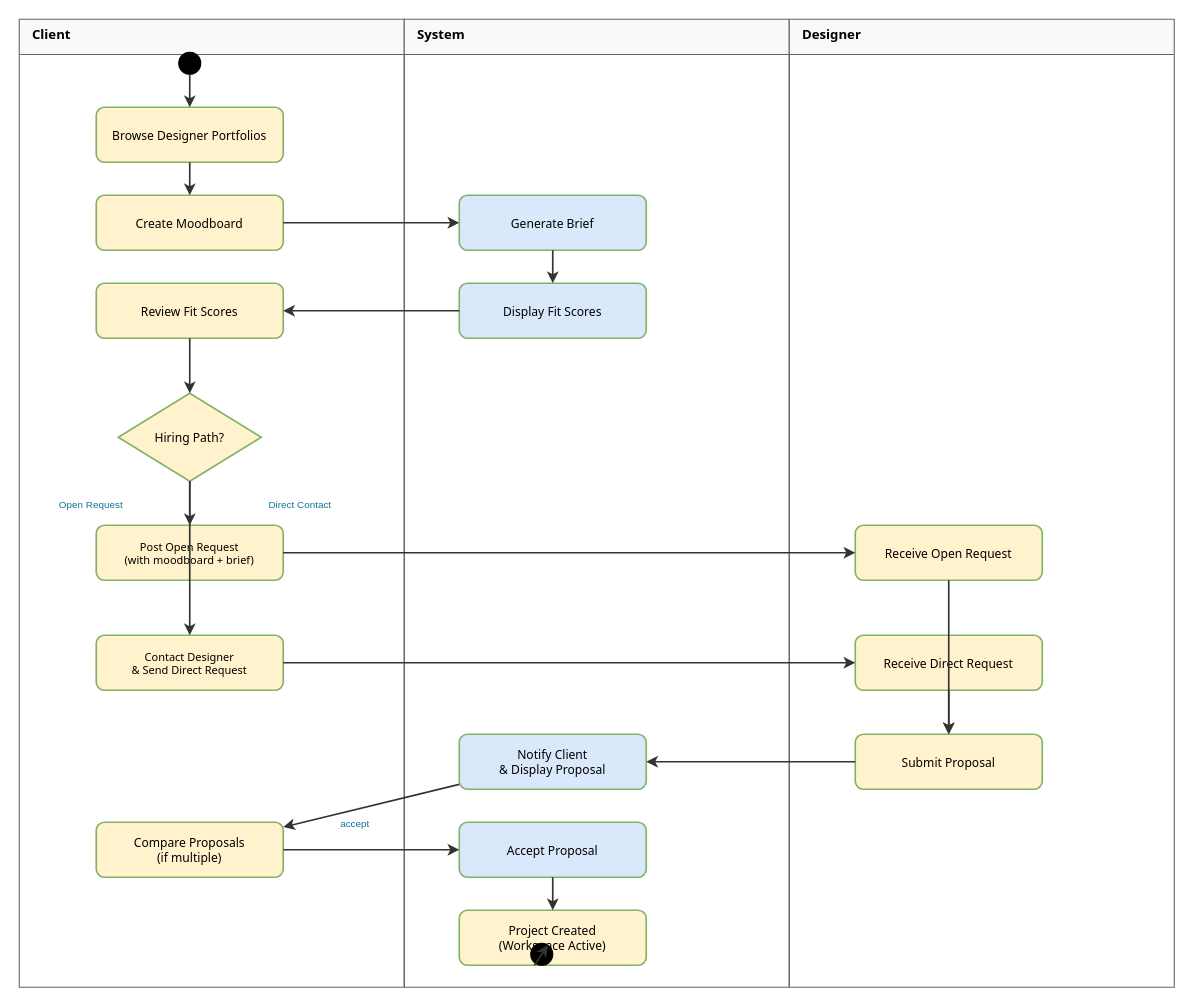
Before: docs/Interim/Diagrams/02-activity-hiring.drawio in MNSBaanu/Inside, a draw.io diagram. Source tidied: cells renumbered, new cells numbered last; positions are measured from the earlier drawing's top-left corner, leaving out a move shared by most shapes. Both pictures are drawn from the tidied source at 110%, with x=0, y=0 at pixel (19, 19).
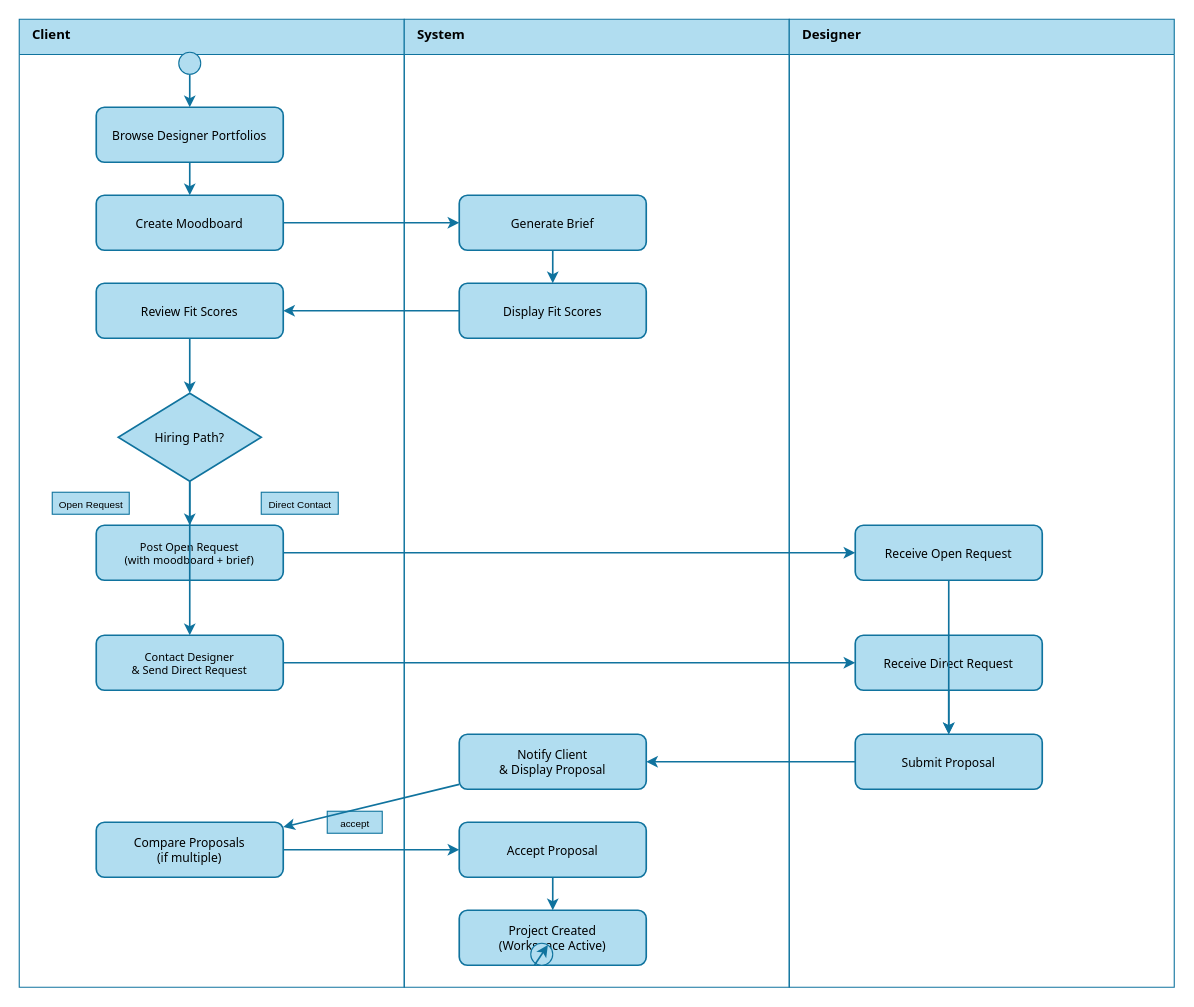
The same diagram, later.

Commit message (it also covers changes not shown here):
Enhance Activity Diagram for Client Hiring Flow

- Updated swimlane colors and styles for better visual distinction.
- Adjusted geometry properties for various elements to improve layout.
- Changed edge styles to match the new color scheme for consistency.
- Ensured all elements are properly aligned and spaced for clarity.

The edit, as a diff of the source:
```diff
@@
-    <mxCell id="2" value="Client" style="swimlane;startSize=32;fillColor=#f8f9fa;strokeColor=#666666;fontStyle=1;fontSize=12;fontFamily=Tahoma;align=left;verticalAlign=top;spacingLeft=10;" parent="1" vertex="1">
+    <mxCell id="2" value="Client" style="swimlane;startSize=32;fillColor=#b1ddf0;strokeColor=#10739e;fontStyle=1;fontSize=12;fontFamily=Tahoma;align=left;verticalAlign=top;spacingLeft=10;" parent="1" vertex="1">
       <mxGeometry width="350" height="880" as="geometry" />
     </mxCell>
-    <mxCell id="3" value="System" style="swimlane;startSize=32;fillColor=#f8f9fa;strokeColor=#666666;fontStyle=1;fontSize=12;fontFamily=Tahoma;align=left;verticalAlign=top;spacingLeft=10;" parent="1" vertex="1">
+    <mxCell id="3" value="System" style="swimlane;startSize=32;fillColor=#b1ddf0;strokeColor=#10739e;fontStyle=1;fontSize=12;fontFamily=Tahoma;align=left;verticalAlign=top;spacingLeft=10;" parent="1" vertex="1">
       <mxGeometry x="350" width="350" height="880" as="geometry" />
     </mxCell>
-    <mxCell id="4" value="Designer" style="swimlane;startSize=32;fillColor=#f8f9fa;strokeColor=#666666;fontStyle=1;fontSize=12;fontFamily=Tahoma;align=left;verticalAlign=top;spacingLeft=10;" parent="1" vertex="1">
+    <mxCell id="4" value="Designer" style="swimlane;startSize=32;fillColor=#b1ddf0;strokeColor=#10739e;fontStyle=1;fontSize=12;fontFamily=Tahoma;align=left;verticalAlign=top;spacingLeft=10;" parent="1" vertex="1">
       <mxGeometry x="700" width="350" height="880" as="geometry" />
     </mxCell>
-    <mxCell id="5" style="ellipse;whiteSpace=wrap;html=1;fillColor=#000000;strokeColor=#000000;" parent="1" vertex="1">
+    <mxCell id="5" style="ellipse;whiteSpace=wrap;html=1;fillColor=#b1ddf0;strokeColor=#10739e;" parent="1" vertex="1">
       <mxGeometry x="145" y="30" width="20" height="20" as="geometry" />
     </mxCell>
-    <mxCell id="6" value="Browse Designer Portfolios" style="rounded=1;whiteSpace=wrap;html=1;fillColor=#fff2cc;strokeColor=#82b366;strokeWidth=1.5;fontFamily=Tahoma;fontSize=11;" parent="1" vertex="1">
+    <mxCell id="6" value="Browse Designer Portfolios" style="rounded=1;whiteSpace=wrap;html=1;fillColor=#b1ddf0;strokeColor=#10739e;strokeWidth=1.5;fontFamily=Tahoma;fontSize=11;" parent="1" vertex="1">
       <mxGeometry x="70" y="80" width="170" height="50" as="geometry" />
     </mxCell>
-    <mxCell id="7" value="Create Moodboard" style="rounded=1;whiteSpace=wrap;html=1;fillColor=#fff2cc;strokeColor=#82b366;strokeWidth=1.5;fontFamily=Tahoma;fontSize=11;" parent="1" vertex="1">
+    <mxCell id="7" value="Create Moodboard" style="rounded=1;whiteSpace=wrap;html=1;fillColor=#b1ddf0;strokeColor=#10739e;strokeWidth=1.5;fontFamily=Tahoma;fontSize=11;" parent="1" vertex="1">
       <mxGeometry x="70" y="160" width="170" height="50" as="geometry" />
     </mxCell>
-    <mxCell id="8" value="Generate Brief" style="rounded=1;whiteSpace=wrap;html=1;fillColor=#dae8fc;strokeColor=#82b366;strokeWidth=1.5;fontFamily=Tahoma;fontSize=11;" parent="1" vertex="1">
+    <mxCell id="8" value="Generate Brief" style="rounded=1;whiteSpace=wrap;html=1;fillColor=#b1ddf0;strokeColor=#10739e;strokeWidth=1.5;fontFamily=Tahoma;fontSize=11;" parent="1" vertex="1">
       <mxGeometry x="400" y="160" width="170" height="50" as="geometry" />
     </mxCell>
-    <mxCell id="9" value="Display Fit Scores" style="rounded=1;whiteSpace=wrap;html=1;fillColor=#dae8fc;strokeColor=#82b366;strokeWidth=1.5;fontFamily=Tahoma;fontSize=11;" parent="1" vertex="1">
+    <mxCell id="9" value="Display Fit Scores" style="rounded=1;whiteSpace=wrap;html=1;fillColor=#b1ddf0;strokeColor=#10739e;strokeWidth=1.5;fontFamily=Tahoma;fontSize=11;" parent="1" vertex="1">
       <mxGeometry x="400" y="240" width="170" height="50" as="geometry" />
     </mxCell>
-    <mxCell id="10" value="Review Fit Scores" style="rounded=1;whiteSpace=wrap;html=1;fillColor=#fff2cc;strokeColor=#82b366;strokeWidth=1.5;fontFamily=Tahoma;fontSize=11;" parent="1" vertex="1">
+    <mxCell id="10" value="Review Fit Scores" style="rounded=1;whiteSpace=wrap;html=1;fillColor=#b1ddf0;strokeColor=#10739e;strokeWidth=1.5;fontFamily=Tahoma;fontSize=11;" parent="1" vertex="1">
       <mxGeometry x="70" y="240" width="170" height="50" as="geometry" />
     </mxCell>
-    <mxCell id="11" value="Hiring Path?" style="rhombus;whiteSpace=wrap;html=1;fillColor=#fff2cc;strokeColor=#82b366;strokeWidth=1.5;fontFamily=Tahoma;fontSize=11;" parent="1" vertex="1">
+    <mxCell id="11" value="Hiring Path?" style="rhombus;whiteSpace=wrap;html=1;fillColor=#b1ddf0;strokeColor=#10739e;strokeWidth=1.5;fontFamily=Tahoma;fontSize=11;" parent="1" vertex="1">
       <mxGeometry x="90" y="340" width="130" height="80" as="geometry" />
     </mxCell>
-    <mxCell id="12" value="Post Open Request&#10;(with moodboard + brief)" style="rounded=1;whiteSpace=wrap;html=1;fillColor=#fff2cc;strokeColor=#82b366;strokeWidth=1.5;fontFamily=Tahoma;fontSize=10;" parent="1" vertex="1">
+    <mxCell id="12" value="Post Open Request&#10;(with moodboard + brief)" style="rounded=1;whiteSpace=wrap;html=1;fillColor=#b1ddf0;strokeColor=#10739e;strokeWidth=1.5;fontFamily=Tahoma;fontSize=10;" parent="1" vertex="1">
       <mxGeometry x="70" y="460" width="170" height="50" as="geometry" />
     </mxCell>
-    <mxCell id="13" value="Contact Designer&#10;&amp; Send Direct Request" style="rounded=1;whiteSpace=wrap;html=1;fillColor=#fff2cc;strokeColor=#82b366;strokeWidth=1.5;fontFamily=Tahoma;fontSize=10;" parent="1" vertex="1">
+    <mxCell id="13" value="Contact Designer&#10;&amp; Send Direct Request" style="rounded=1;whiteSpace=wrap;html=1;fillColor=#b1ddf0;strokeColor=#10739e;strokeWidth=1.5;fontFamily=Tahoma;fontSize=10;" parent="1" vertex="1">
       <mxGeometry x="70" y="560" width="170" height="50" as="geometry" />
     </mxCell>
-    <mxCell id="14" value="Receive Open Request" style="rounded=1;whiteSpace=wrap;html=1;fillColor=#fff2cc;strokeColor=#82b366;strokeWidth=1.5;fontFamily=Tahoma;fontSize=11;" parent="1" vertex="1">
+    <mxCell id="14" value="Receive Open Request" style="rounded=1;whiteSpace=wrap;html=1;fillColor=#b1ddf0;strokeColor=#10739e;strokeWidth=1.5;fontFamily=Tahoma;fontSize=11;" parent="1" vertex="1">
       <mxGeometry x="760" y="460" width="170" height="50" as="geometry" />
     </mxCell>
-    <mxCell id="15" value="Receive Direct Request" style="rounded=1;whiteSpace=wrap;html=1;fillColor=#fff2cc;strokeColor=#82b366;strokeWidth=1.5;fontFamily=Tahoma;fontSize=11;" parent="1" vertex="1">
+    <mxCell id="15" value="Receive Direct Request" style="rounded=1;whiteSpace=wrap;html=1;fillColor=#b1ddf0;strokeColor=#10739e;strokeWidth=1.5;fontFamily=Tahoma;fontSize=11;" parent="1" vertex="1">
       <mxGeometry x="760" y="560" width="170" height="50" as="geometry" />
     </mxCell>
-    <mxCell id="16" value="Submit Proposal" style="rounded=1;whiteSpace=wrap;html=1;fillColor=#fff2cc;strokeColor=#82b366;strokeWidth=1.5;fontFamily=Tahoma;fontSize=11;" parent="1" vertex="1">
+    <mxCell id="16" value="Submit Proposal" style="rounded=1;whiteSpace=wrap;html=1;fillColor=#b1ddf0;strokeColor=#10739e;strokeWidth=1.5;fontFamily=Tahoma;fontSize=11;" parent="1" vertex="1">
       <mxGeometry x="760" y="650" width="170" height="50" as="geometry" />
     </mxCell>
-    <mxCell id="17" value="Notify Client&#10;&amp; Display Proposal" style="rounded=1;whiteSpace=wrap;html=1;fillColor=#dae8fc;strokeColor=#82b366;strokeWidth=1.5;fontFamily=Tahoma;fontSize=11;" parent="1" vertex="1">
+    <mxCell id="17" value="Notify Client&#10;&amp; Display Proposal" style="rounded=1;whiteSpace=wrap;html=1;fillColor=#b1ddf0;strokeColor=#10739e;strokeWidth=1.5;fontFamily=Tahoma;fontSize=11;" parent="1" vertex="1">
       <mxGeometry x="400" y="650" width="170" height="50" as="geometry" />
     </mxCell>
-    <mxCell id="18" value="Compare Proposals&#10;(if multiple)" style="rounded=1;whiteSpace=wrap;html=1;fillColor=#fff2cc;strokeColor=#82b366;strokeWidth=1.5;fontFamily=Tahoma;fontSize=11;" parent="1" vertex="1">
+    <mxCell id="18" value="Compare Proposals&#10;(if multiple)" style="rounded=1;whiteSpace=wrap;html=1;fillColor=#b1ddf0;strokeColor=#10739e;strokeWidth=1.5;fontFamily=Tahoma;fontSize=11;" parent="1" vertex="1">
       <mxGeometry x="70" y="730" width="170" height="50" as="geometry" />
     </mxCell>
-    <mxCell id="19" value="Accept Proposal" style="rounded=1;whiteSpace=wrap;html=1;fillColor=#dae8fc;strokeColor=#82b366;strokeWidth=1.5;fontFamily=Tahoma;fontSize=11;" parent="1" vertex="1">
+    <mxCell id="19" value="Accept Proposal" style="rounded=1;whiteSpace=wrap;html=1;fillColor=#b1ddf0;strokeColor=#10739e;strokeWidth=1.5;fontFamily=Tahoma;fontSize=11;" parent="1" vertex="1">
       <mxGeometry x="400" y="730" width="170" height="50" as="geometry" />
     </mxCell>
-    <mxCell id="20" value="Project Created&#10;(Workspace Active)" style="rounded=1;whiteSpace=wrap;html=1;fillColor=#fff2cc;strokeColor=#82b366;strokeWidth=1.5;fontFamily=Tahoma;fontSize=11;" parent="1" vertex="1">
+    <mxCell id="20" value="Project Created&#10;(Workspace Active)" style="rounded=1;whiteSpace=wrap;html=1;fillColor=#b1ddf0;strokeColor=#10739e;strokeWidth=1.5;fontFamily=Tahoma;fontSize=11;" parent="1" vertex="1">
       <mxGeometry x="400" y="810" width="170" height="50" as="geometry" />
     </mxCell>
-    <mxCell id="21" style="ellipse;whiteSpace=wrap;html=1;fillColor=#000000;strokeColor=#000000;" parent="1" vertex="1">
+    <mxCell id="21" style="ellipse;whiteSpace=wrap;html=1;fillColor=#b1ddf0;strokeColor=#10739e;" parent="1" vertex="1">
       <mxGeometry x="465" y="840" width="20" height="20" as="geometry" />
     </mxCell>
-    <mxCell id="22" value="Open Request" style="text;html=1;strokeColor=none;fillColor=none;align=center;fontSize=9;fontColor=#10739e;" parent="1" vertex="1">
+    <mxCell id="22" value="Open Request" style="text;html=1;strokeColor=#10739e;fillColor=#b1ddf0;align=center;fontSize=9;" parent="1" vertex="1">
       <mxGeometry x="30" y="430" width="70" height="20" as="geometry" />
     </mxCell>
-    <mxCell id="23" value="Direct Contact" style="text;html=1;strokeColor=none;fillColor=none;align=center;fontSize=9;fontColor=#10739e;" parent="1" vertex="1">
+    <mxCell id="23" value="Direct Contact" style="text;html=1;strokeColor=#10739e;fillColor=#b1ddf0;align=center;fontSize=9;" parent="1" vertex="1">
       <mxGeometry x="220" y="430" width="70" height="20" as="geometry" />
     </mxCell>
-    <mxCell id="24" value="accept" style="text;html=1;strokeColor=none;fillColor=none;align=center;fontSize=9;fontColor=#10739e;" parent="1" vertex="1">
+    <mxCell id="24" value="accept" style="text;html=1;strokeColor=#10739e;fillColor=#b1ddf0;align=center;fontSize=9;" parent="1" vertex="1">
       <mxGeometry x="280" y="720" width="50" height="20" as="geometry" />
     </mxCell>
-    <mxCell id="25" style="edgeStyle=none;rounded=0;jettySize=auto;html=1;strokeColor=#333333;strokeWidth=1.5;fontFamily=Tahoma;endArrow=classic;endFill=1;" parent="1" edge="1" source="5" target="6">
+    <mxCell id="25" style="edgeStyle=none;rounded=0;jettySize=auto;html=1;strokeColor=#10739e;strokeWidth=1.5;fontFamily=Tahoma;endArrow=classic;endFill=1;fillColor=#b1ddf0;" parent="1" edge="1" source="5" target="6">
       <mxGeometry relative="1" as="geometry" />
     </mxCell>
-    <mxCell id="26" style="edgeStyle=none;rounded=0;jettySize=auto;html=1;strokeColor=#333333;strokeWidth=1.5;fontFamily=Tahoma;endArrow=classic;endFill=1;" parent="1" edge="1" source="6" target="7">
+    <mxCell id="26" style="edgeStyle=none;rounded=0;jettySize=auto;html=1;strokeColor=#10739e;strokeWidth=1.5;fontFamily=Tahoma;endArrow=classic;endFill=1;fillColor=#b1ddf0;" parent="1" edge="1" source="6" target="7">
       <mxGeometry relative="1" as="geometry" />
     </mxCell>
-    <mxCell id="27" style="edgeStyle=none;rounded=0;jettySize=auto;html=1;strokeColor=#333333;strokeWidth=1.5;fontFamily=Tahoma;endArrow=classic;endFill=1;" parent="1" edge="1" source="7" target="8">
+    <mxCell id="27" style="edgeStyle=none;rounded=0;jettySize=auto;html=1;strokeColor=#10739e;strokeWidth=1.5;fontFamily=Tahoma;endArrow=classic;endFill=1;fillColor=#b1ddf0;" parent="1" edge="1" source="7" target="8">
       <mxGeometry relative="1" as="geometry" />
     </mxCell>
-    <mxCell id="28" style="edgeStyle=none;rounded=0;jettySize=auto;html=1;strokeColor=#333333;strokeWidth=1.5;fontFamily=Tahoma;endArrow=classic;endFill=1;" parent="1" edge="1" source="8" target="9">
+    <mxCell id="28" style="edgeStyle=none;rounded=0;jettySize=auto;html=1;strokeColor=#10739e;strokeWidth=1.5;fontFamily=Tahoma;endArrow=classic;endFill=1;fillColor=#b1ddf0;" parent="1" edge="1" source="8" target="9">
       <mxGeometry relative="1" as="geometry" />
     </mxCell>
-    <mxCell id="29" style="edgeStyle=none;rounded=0;jettySize=auto;html=1;strokeColor=#333333;strokeWidth=1.5;fontFamily=Tahoma;endArrow=classic;endFill=1;" parent="1" edge="1" source="9" target="10">
+    <mxCell id="29" style="edgeStyle=none;rounded=0;jettySize=auto;html=1;strokeColor=#10739e;strokeWidth=1.5;fontFamily=Tahoma;endArrow=classic;endFill=1;fillColor=#b1ddf0;" parent="1" edge="1" source="9" target="10">
       <mxGeometry relative="1" as="geometry" />
     </mxCell>
-    <mxCell id="30" style="edgeStyle=none;rounded=0;jettySize=auto;html=1;strokeColor=#333333;strokeWidth=1.5;fontFamily=Tahoma;endArrow=classic;endFill=1;" parent="1" edge="1" source="10" target="11">
+    <mxCell id="30" style="edgeStyle=none;rounded=0;jettySize=auto;html=1;strokeColor=#10739e;strokeWidth=1.5;fontFamily=Tahoma;endArrow=classic;endFill=1;fillColor=#b1ddf0;" parent="1" edge="1" source="10" target="11">
       <mxGeometry relative="1" as="geometry" />
     </mxCell>
-    <mxCell id="31" style="edgeStyle=none;rounded=0;jettySize=auto;html=1;strokeColor=#333333;strokeWidth=1.5;fontFamily=Tahoma;endArrow=classic;endFill=1;" parent="1" edge="1" source="11" target="12">
+    <mxCell id="31" style="edgeStyle=none;rounded=0;jettySize=auto;html=1;strokeColor=#10739e;strokeWidth=1.5;fontFamily=Tahoma;endArrow=classic;endFill=1;fillColor=#b1ddf0;" parent="1" edge="1" source="11" target="12">
       <mxGeometry relative="1" as="geometry" />
     </mxCell>
-    <mxCell id="32" style="edgeStyle=none;rounded=0;jettySize=auto;html=1;strokeColor=#333333;strokeWidth=1.5;fontFamily=Tahoma;endArrow=classic;endFill=1;" parent="1" edge="1" source="11" target="13">
+    <mxCell id="32" style="edgeStyle=none;rounded=0;jettySize=auto;html=1;strokeColor=#10739e;strokeWidth=1.5;fontFamily=Tahoma;endArrow=classic;endFill=1;fillColor=#b1ddf0;" parent="1" edge="1" source="11" target="13">
       <mxGeometry relative="1" as="geometry" />
     </mxCell>
-    <mxCell id="33" style="edgeStyle=none;rounded=0;jettySize=auto;html=1;strokeColor=#333333;strokeWidth=1.5;fontFamily=Tahoma;endArrow=classic;endFill=1;" parent="1" edge="1" source="12" target="14">
+    <mxCell id="33" style="edgeStyle=none;rounded=0;jettySize=auto;html=1;strokeColor=#10739e;strokeWidth=1.5;fontFamily=Tahoma;endArrow=classic;endFill=1;fillColor=#b1ddf0;" parent="1" edge="1" source="12" target="14">
       <mxGeometry relative="1" as="geometry" />
     </mxCell>
-    <mxCell id="34" style="edgeStyle=none;rounded=0;jettySize=auto;html=1;strokeColor=#333333;strokeWidth=1.5;fontFamily=Tahoma;endArrow=classic;endFill=1;" parent="1" edge="1" source="13" target="15">
+    <mxCell id="34" style="edgeStyle=none;rounded=0;jettySize=auto;html=1;strokeColor=#10739e;strokeWidth=1.5;fontFamily=Tahoma;endArrow=classic;endFill=1;fillColor=#b1ddf0;" parent="1" edge="1" source="13" target="15">
       <mxGeometry relative="1" as="geometry" />
     </mxCell>
-    <mxCell id="35" style="edgeStyle=none;rounded=0;jettySize=auto;html=1;strokeColor=#333333;strokeWidth=1.5;fontFamily=Tahoma;endArrow=classic;endFill=1;" parent="1" edge="1" source="14" target="16">
+    <mxCell id="35" style="edgeStyle=none;rounded=0;jettySize=auto;html=1;strokeColor=#10739e;strokeWidth=1.5;fontFamily=Tahoma;endArrow=classic;endFill=1;fillColor=#b1ddf0;" parent="1" edge="1" source="14" target="16">
       <mxGeometry relative="1" as="geometry" />
     </mxCell>
-    <mxCell id="36" style="edgeStyle=none;rounded=0;jettySize=auto;html=1;strokeColor=#333333;strokeWidth=1.5;fontFamily=Tahoma;endArrow=classic;endFill=1;" parent="1" edge="1" source="15" target="16">
+    <mxCell id="36" style="edgeStyle=none;rounded=0;jettySize=auto;html=1;strokeColor=#10739e;strokeWidth=1.5;fontFamily=Tahoma;endArrow=classic;endFill=1;fillColor=#b1ddf0;" parent="1" edge="1" source="15" target="16">
       <mxGeometry relative="1" as="geometry" />
     </mxCell>
-    <mxCell id="37" style="edgeStyle=none;rounded=0;jettySize=auto;html=1;strokeColor=#333333;strokeWidth=1.5;fontFamily=Tahoma;endArrow=classic;endFill=1;" parent="1" edge="1" source="16" target="17">
+    <mxCell id="37" style="edgeStyle=none;rounded=0;jettySize=auto;html=1;strokeColor=#10739e;strokeWidth=1.5;fontFamily=Tahoma;endArrow=classic;endFill=1;fillColor=#b1ddf0;" parent="1" edge="1" source="16" target="17">
       <mxGeometry relative="1" as="geometry" />
     </mxCell>
-    <mxCell id="38" style="edgeStyle=none;rounded=0;jettySize=auto;html=1;strokeColor=#333333;strokeWidth=1.5;fontFamily=Tahoma;endArrow=classic;endFill=1;" parent="1" edge="1" source="17" target="18">
+    <mxCell id="38" style="edgeStyle=none;rounded=0;jettySize=auto;html=1;strokeColor=#10739e;strokeWidth=1.5;fontFamily=Tahoma;endArrow=classic;endFill=1;fillColor=#b1ddf0;" parent="1" edge="1" source="17" target="18">
       <mxGeometry relative="1" as="geometry" />
     </mxCell>
-    <mxCell id="39" style="edgeStyle=none;rounded=0;jettySize=auto;html=1;strokeColor=#333333;strokeWidth=1.5;fontFamily=Tahoma;endArrow=classic;endFill=1;" parent="1" edge="1" source="18" target="19">
+    <mxCell id="39" style="edgeStyle=none;rounded=0;jettySize=auto;html=1;strokeColor=#10739e;strokeWidth=1.5;fontFamily=Tahoma;endArrow=classic;endFill=1;fillColor=#b1ddf0;" parent="1" edge="1" source="18" target="19">
       <mxGeometry relative="1" as="geometry" />
     </mxCell>
-    <mxCell id="40" style="edgeStyle=none;rounded=0;jettySize=auto;html=1;strokeColor=#333333;strokeWidth=1.5;fontFamily=Tahoma;endArrow=classic;endFill=1;" parent="1" edge="1" source="19" target="20">
+    <mxCell id="40" style="edgeStyle=none;rounded=0;jettySize=auto;html=1;strokeColor=#10739e;strokeWidth=1.5;fontFamily=Tahoma;endArrow=classic;endFill=1;fillColor=#b1ddf0;" parent="1" edge="1" source="19" target="20">
       <mxGeometry relative="1" as="geometry" />
     </mxCell>
-    <mxCell id="41" style="edgeStyle=none;rounded=0;jettySize=auto;html=1;strokeColor=#333333;strokeWidth=1.5;fontFamily=Tahoma;endArrow=classic;endFill=1;" parent="1" edge="1" source="20" target="21">
+    <mxCell id="41" style="edgeStyle=none;rounded=0;jettySize=auto;html=1;strokeColor=#10739e;strokeWidth=1.5;fontFamily=Tahoma;endArrow=classic;endFill=1;fillColor=#b1ddf0;" parent="1" edge="1" source="20" target="21">
       <mxGeometry relative="1" as="geometry" />
     </mxCell>
```
